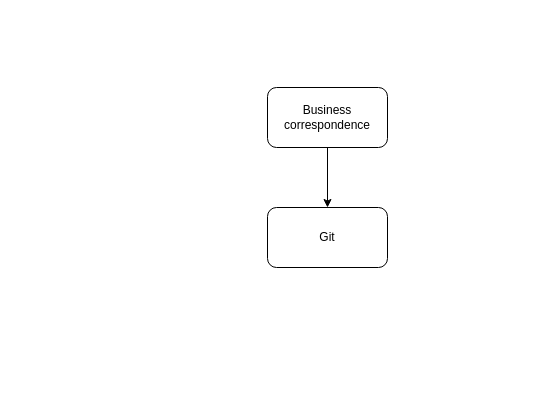
ArtemySinitsa/github-actions keeps this draw.io diagram as dd.drawio. Above is the earlier version. Source tidied: cells renumbered, new cells numbered last; positions are measured from the earlier drawing's top-left corner, leaving out a move shared by most shapes. Both pictures are drawn from the tidied source at 100%, with x=0, y=0 at pixel (267, 87).
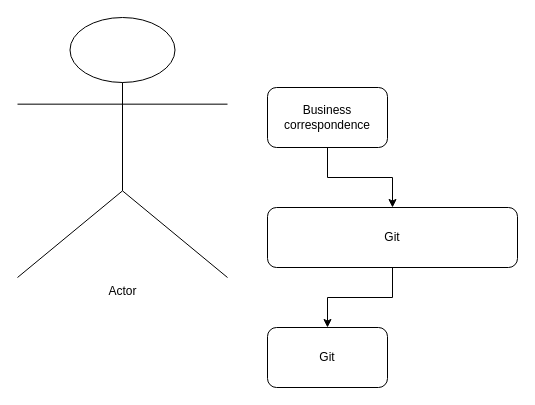
After the change.

The edit, as a diff of the source:
```diff
@@
 <mxGraphModel>
   <root>
     <mxCell id="0" />
     <mxCell id="1" parent="0" />
     <mxCell id="2" style="edgeStyle=orthogonalEdgeStyle;rounded=0;jettySize=auto;html=1;exitX=0.5;exitY=1;exitDx=0;exitDy=0;entryX=0.5;entryY=0;entryDx=0;entryDy=0;" parent="1" edge="1" source="3" target="4">
       <mxGeometry relative="1" as="geometry" />
     </mxCell>
     <mxCell id="3" value="Business correspondence" style="rounded=1;whiteSpace=wrap;html=1;" parent="1" vertex="1">
       <mxGeometry width="120" height="60" as="geometry" />
     </mxCell>
+    <mxCell id="5" style="edgeStyle=orthogonalEdgeStyle;rounded=0;jettySize=auto;html=1;exitX=0.5;exitY=1;exitDx=0;exitDy=0;entryX=0.5;entryY=0;entryDx=0;entryDy=0;" parent="1" edge="1" source="4" target="6">
+      <mxGeometry relative="1" as="geometry" />
+    </mxCell>
     <mxCell id="4" value="Git" style="rounded=1;whiteSpace=wrap;html=1;" parent="1" vertex="1">
-      <mxGeometry y="120" width="120" height="60" as="geometry" />
+      <mxGeometry y="120" width="250" height="60" as="geometry" />
     </mxCell>
+    <mxCell id="6" value="Git" style="rounded=1;whiteSpace=wrap;html=1;" parent="1" vertex="1">
+      <mxGeometry y="240" width="120" height="60" as="geometry" />
+    </mxCell>
+    <mxCell id="7" value="Actor" style="shape=umlActor;verticalLabelPosition=bottom;verticalAlign=top;html=1;" parent="1" vertex="1">
+      <mxGeometry x="-250" y="-70" width="210" height="260" as="geometry" />
+    </mxCell>
   </root>
 </mxGraphModel>
```
